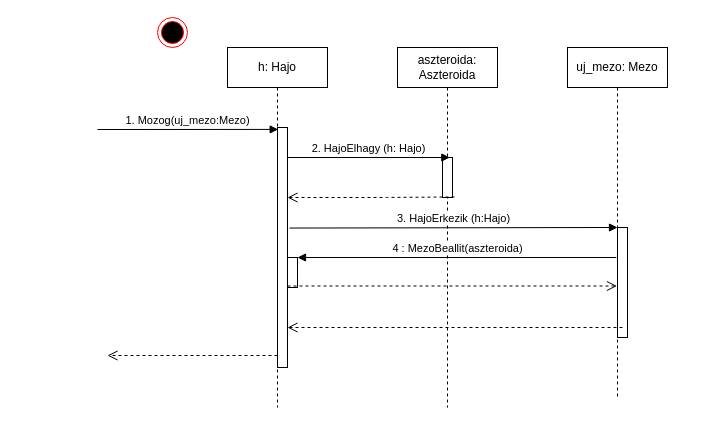
torpeBoiGo/aszteroidabanyaszat keeps this draw.io diagram as doc/uml/ship_moves.drawio. Above is the earlier version. Source tidied: cells renumbered, new cells numbered last; positions are measured from the earlier drawing's top-left corner, leaving out a move shared by most shapes. Both pictures are drawn from the tidied source at 100%, with x=0, y=0 at pixel (97, 17).
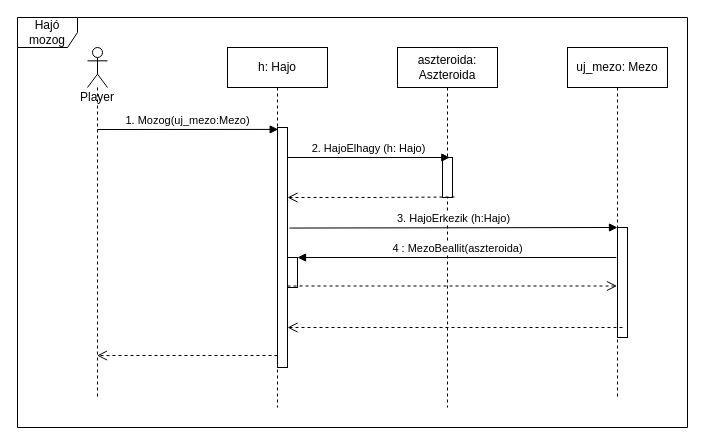
The same page after the edit.

Unchanged cells that the change refers to:
```xml
<mxCell id="11" style="html=1;points=[];perimeter=orthogonalPerimeter;" parent="1" vertex="1">
  <mxGeometry x="180" y="110" width="10" height="240" as="geometry" />
</mxCell>
```

What changed in the source:
```diff
@@
-    <mxCell id="13" style="html=1;verticalAlign=bottom;endArrow=open;dashed=1;endSize=8;exitX=0;exitY=0.95;" parent="1" edge="1" source="11">
-      <mxGeometry x="-0.11" y="-55" relative="1" as="geometry">
-        <mxPoint x="10" y="338" as="targetPoint" />
-      </mxGeometry>
+    <mxCell id="13" style="html=1;verticalAlign=bottom;endArrow=open;dashed=1;endSize=8;exitX=0;exitY=0.95;" parent="1" edge="1" source="11" target="19">
+      <mxGeometry x="-0.11" y="-55" relative="1" as="geometry" />
     </mxCell>
@@
-    <mxCell id="18" style="ellipse;html=1;shape=endState;fillColor=#000000;strokeColor=#ff0000;" parent="1" vertex="1">
-      <mxGeometry x="60" width="30" height="30" as="geometry" />
-    </mxCell>
+    <mxCell id="19" value="Player" style="shape=umlLifeline;participant=umlActor;perimeter=lifelinePerimeter;whiteSpace=wrap;html=1;verticalAlign=top;spacingTop=36;outlineConnect=0;" parent="1" vertex="1">
+      <mxGeometry x="-10" y="30" width="20" height="350" as="geometry" />
+    </mxCell>
+    <mxCell id="20" value="Hajó mozog" style="shape=umlFrame;whiteSpace=wrap;html=1;" parent="1" vertex="1">
+      <mxGeometry x="-80" width="670" height="410" as="geometry" />
+    </mxCell>
```
